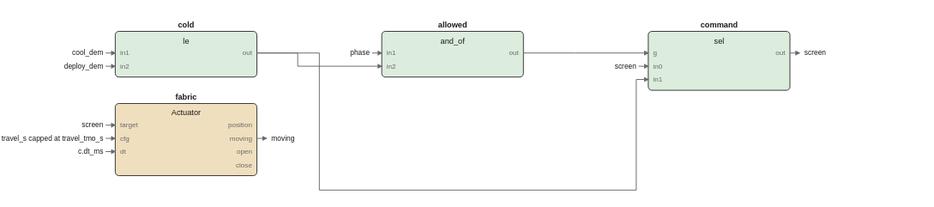
Above: images/logic/screen_fbd.drawio.svg in pstch/botanik2 (draw.io), before the change. Source tidied: cells renumbered, new cells last; positions are measured from the earlier drawing's top-left corner, leaving out a move shared by most shapes.
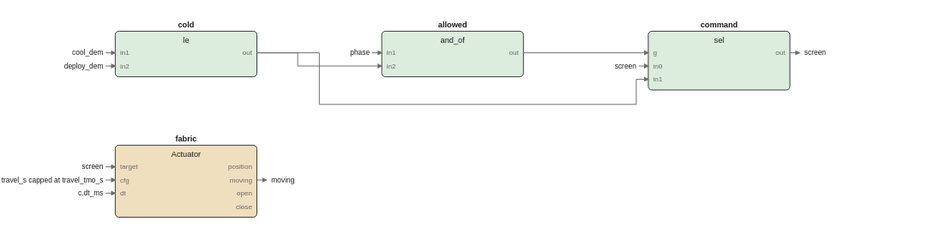
The same diagram one commit later.

Diff of the diagram source:
```diff
@@ -20,74 +20,74 @@
     <mxCell id="7" value="out" style="text;html=1;fontSize=5;fontColor=#6b6b6b;align=left;" parent="1" vertex="1">
       <mxGeometry x="124" y="24.2" width="40" height="9.8" as="geometry" />
     </mxCell>
-    <mxCell id="8" style="rounded=1;fillColor=#f0dfbe;strokeColor=#1a1a1a;whiteSpace=wrap;html=1;fontSize=8;" parent="1" vertex="1">
-      <mxGeometry x="10" y="70" width="118" height="60" as="geometry" />
+    <mxCell id="8" style="rounded=1;fillColor=#dcecdd;strokeColor=#1a1a1a;whiteSpace=wrap;html=1;fontSize=8;" parent="1" vertex="1">
+      <mxGeometry x="232" y="10" width="118" height="38" as="geometry" />
     </mxCell>
-    <mxCell id="9" value="fabric" style="text;html=1;fontSize=6;fontColor=#1a1a1a;align=center;fontStyle=1;" parent="1" vertex="1">
-      <mxGeometry x="69" y="60.4" width="40" height="10.6" as="geometry" />
+    <mxCell id="9" value="allowed" style="text;html=1;fontSize=6;fontColor=#1a1a1a;align=center;fontStyle=1;" parent="1" vertex="1">
+      <mxGeometry x="291" y="0.4" width="40" height="10.6" as="geometry" />
     </mxCell>
-    <mxCell id="10" value="Actuator" style="text;html=1;fontSize=6;fontColor=#1a1a1a;align=center;" parent="1" vertex="1">
-      <mxGeometry x="69" y="73.4" width="40" height="10.6" as="geometry" />
+    <mxCell id="10" value="and_of" style="text;html=1;fontSize=6;fontColor=#1a1a1a;align=center;" parent="1" vertex="1">
+      <mxGeometry x="291" y="13.4" width="40" height="10.6" as="geometry" />
     </mxCell>
-    <mxCell id="11" value="target" style="text;html=1;fontSize=5;fontColor=#6b6b6b;align=left;" parent="1" vertex="1">
-      <mxGeometry x="14" y="84.2" width="40" height="9.8" as="geometry" />
+    <mxCell id="11" value="in1" style="text;html=1;fontSize=5;fontColor=#6b6b6b;align=left;" parent="1" vertex="1">
+      <mxGeometry x="236" y="24.2" width="40" height="9.8" as="geometry" />
     </mxCell>
-    <mxCell id="12" value="cfg" style="text;html=1;fontSize=5;fontColor=#6b6b6b;align=left;" parent="1" vertex="1">
-      <mxGeometry x="14" y="95.2" width="40" height="9.8" as="geometry" />
+    <mxCell id="12" value="in2" style="text;html=1;fontSize=5;fontColor=#6b6b6b;align=left;" parent="1" vertex="1">
+      <mxGeometry x="236" y="35.2" width="40" height="9.8" as="geometry" />
     </mxCell>
-    <mxCell id="13" value="dt" style="text;html=1;fontSize=5;fontColor=#6b6b6b;align=left;" parent="1" vertex="1">
-      <mxGeometry x="14" y="106.2" width="40" height="9.8" as="geometry" />
+    <mxCell id="13" value="out" style="text;html=1;fontSize=5;fontColor=#6b6b6b;align=left;" parent="1" vertex="1">
+      <mxGeometry x="346" y="24.2" width="40" height="9.8" as="geometry" />
     </mxCell>
-    <mxCell id="14" value="position" style="text;html=1;fontSize=5;fontColor=#6b6b6b;align=left;" parent="1" vertex="1">
-      <mxGeometry x="124" y="84.2" width="40" height="9.8" as="geometry" />
+    <mxCell id="14" style="rounded=1;fillColor=#dcecdd;strokeColor=#1a1a1a;whiteSpace=wrap;html=1;fontSize=8;" parent="1" vertex="1">
+      <mxGeometry x="454" y="10" width="118" height="49" as="geometry" />
     </mxCell>
-    <mxCell id="15" value="moving" style="text;html=1;fontSize=5;fontColor=#6b6b6b;align=left;" parent="1" vertex="1">
-      <mxGeometry x="124" y="95.2" width="40" height="9.8" as="geometry" />
+    <mxCell id="15" value="command" style="text;html=1;fontSize=6;fontColor=#1a1a1a;align=center;fontStyle=1;" parent="1" vertex="1">
+      <mxGeometry x="513" y="0.4" width="40" height="10.6" as="geometry" />
     </mxCell>
-    <mxCell id="16" value="open" style="text;html=1;fontSize=5;fontColor=#6b6b6b;align=left;" parent="1" vertex="1">
-      <mxGeometry x="124" y="106.2" width="40" height="9.8" as="geometry" />
+    <mxCell id="16" value="sel" style="text;html=1;fontSize=6;fontColor=#1a1a1a;align=center;" parent="1" vertex="1">
+      <mxGeometry x="513" y="13.4" width="40" height="10.6" as="geometry" />
     </mxCell>
-    <mxCell id="17" value="close" style="text;html=1;fontSize=5;fontColor=#6b6b6b;align=left;" parent="1" vertex="1">
-      <mxGeometry x="124" y="117.2" width="40" height="9.8" as="geometry" />
+    <mxCell id="17" value="g" style="text;html=1;fontSize=5;fontColor=#6b6b6b;align=left;" parent="1" vertex="1">
+      <mxGeometry x="458" y="24.2" width="40" height="9.8" as="geometry" />
     </mxCell>
-    <mxCell id="18" style="rounded=1;fillColor=#dcecdd;strokeColor=#1a1a1a;whiteSpace=wrap;html=1;fontSize=8;" parent="1" vertex="1">
-      <mxGeometry x="232" y="10" width="118" height="38" as="geometry" />
+    <mxCell id="18" value="in0" style="text;html=1;fontSize=5;fontColor=#6b6b6b;align=left;" parent="1" vertex="1">
+      <mxGeometry x="458" y="35.2" width="40" height="9.8" as="geometry" />
     </mxCell>
-    <mxCell id="19" value="allowed" style="text;html=1;fontSize=6;fontColor=#1a1a1a;align=center;fontStyle=1;" parent="1" vertex="1">
-      <mxGeometry x="291" y="0.4" width="40" height="10.6" as="geometry" />
+    <mxCell id="19" value="in1" style="text;html=1;fontSize=5;fontColor=#6b6b6b;align=left;" parent="1" vertex="1">
+      <mxGeometry x="458" y="46.2" width="40" height="9.8" as="geometry" />
     </mxCell>
-    <mxCell id="20" value="and_of" style="text;html=1;fontSize=6;fontColor=#1a1a1a;align=center;" parent="1" vertex="1">
-      <mxGeometry x="291" y="13.4" width="40" height="10.6" as="geometry" />
+    <mxCell id="20" value="out" style="text;html=1;fontSize=5;fontColor=#6b6b6b;align=left;" parent="1" vertex="1">
+      <mxGeometry x="568" y="24.2" width="40" height="9.8" as="geometry" />
     </mxCell>
-    <mxCell id="21" value="in1" style="text;html=1;fontSize=5;fontColor=#6b6b6b;align=left;" parent="1" vertex="1">
-      <mxGeometry x="236" y="24.2" width="40" height="9.8" as="geometry" />
+    <mxCell id="21" style="rounded=1;fillColor=#f0dfbe;strokeColor=#1a1a1a;whiteSpace=wrap;html=1;fontSize=8;" parent="1" vertex="1">
+      <mxGeometry x="10" y="105" width="118" height="60" as="geometry" />
     </mxCell>
-    <mxCell id="22" value="in2" style="text;html=1;fontSize=5;fontColor=#6b6b6b;align=left;" parent="1" vertex="1">
-      <mxGeometry x="236" y="35.2" width="40" height="9.8" as="geometry" />
+    <mxCell id="22" value="fabric" style="text;html=1;fontSize=6;fontColor=#1a1a1a;align=center;fontStyle=1;" parent="1" vertex="1">
+      <mxGeometry x="69" y="95.4" width="40" height="10.6" as="geometry" />
     </mxCell>
-    <mxCell id="23" value="out" style="text;html=1;fontSize=5;fontColor=#6b6b6b;align=left;" parent="1" vertex="1">
-      <mxGeometry x="346" y="24.2" width="40" height="9.8" as="geometry" />
+    <mxCell id="23" value="Actuator" style="text;html=1;fontSize=6;fontColor=#1a1a1a;align=center;" parent="1" vertex="1">
+      <mxGeometry x="69" y="108.4" width="40" height="10.6" as="geometry" />
     </mxCell>
-    <mxCell id="24" style="rounded=1;fillColor=#dcecdd;strokeColor=#1a1a1a;whiteSpace=wrap;html=1;fontSize=8;" parent="1" vertex="1">
-      <mxGeometry x="454" y="10" width="118" height="49" as="geometry" />
+    <mxCell id="24" value="target" style="text;html=1;fontSize=5;fontColor=#6b6b6b;align=left;" parent="1" vertex="1">
+      <mxGeometry x="14" y="119.2" width="40" height="9.8" as="geometry" />
     </mxCell>
-    <mxCell id="25" value="command" style="text;html=1;fontSize=6;fontColor=#1a1a1a;align=center;fontStyle=1;" parent="1" vertex="1">
-      <mxGeometry x="513" y="0.4" width="40" height="10.6" as="geometry" />
+    <mxCell id="25" value="cfg" style="text;html=1;fontSize=5;fontColor=#6b6b6b;align=left;" parent="1" vertex="1">
+      <mxGeometry x="14" y="130.2" width="40" height="9.8" as="geometry" />
     </mxCell>
-    <mxCell id="26" value="sel" style="text;html=1;fontSize=6;fontColor=#1a1a1a;align=center;" parent="1" vertex="1">
-      <mxGeometry x="513" y="13.4" width="40" height="10.6" as="geometry" />
+    <mxCell id="26" value="dt" style="text;html=1;fontSize=5;fontColor=#6b6b6b;align=left;" parent="1" vertex="1">
+      <mxGeometry x="14" y="141.2" width="40" height="9.8" as="geometry" />
     </mxCell>
-    <mxCell id="27" value="g" style="text;html=1;fontSize=5;fontColor=#6b6b6b;align=left;" parent="1" vertex="1">
-      <mxGeometry x="458" y="24.2" width="40" height="9.8" as="geometry" />
+    <mxCell id="27" value="position" style="text;html=1;fontSize=5;fontColor=#6b6b6b;align=left;" parent="1" vertex="1">
+      <mxGeometry x="124" y="119.2" width="40" height="9.8" as="geometry" />
     </mxCell>
-    <mxCell id="28" value="in0" style="text;html=1;fontSize=5;fontColor=#6b6b6b;align=left;" parent="1" vertex="1">
-      <mxGeometry x="458" y="35.2" width="40" height="9.8" as="geometry" />
+    <mxCell id="28" value="moving" style="text;html=1;fontSize=5;fontColor=#6b6b6b;align=left;" parent="1" vertex="1">
+      <mxGeometry x="124" y="130.2" width="40" height="9.8" as="geometry" />
     </mxCell>
-    <mxCell id="29" value="in1" style="text;html=1;fontSize=5;fontColor=#6b6b6b;align=left;" parent="1" vertex="1">
-      <mxGeometry x="458" y="46.2" width="40" height="9.8" as="geometry" />
+    <mxCell id="29" value="open" style="text;html=1;fontSize=5;fontColor=#6b6b6b;align=left;" parent="1" vertex="1">
+      <mxGeometry x="124" y="141.2" width="40" height="9.8" as="geometry" />
     </mxCell>
-    <mxCell id="30" value="out" style="text;html=1;fontSize=5;fontColor=#6b6b6b;align=left;" parent="1" vertex="1">
-      <mxGeometry x="568" y="24.2" width="40" height="9.8" as="geometry" />
+    <mxCell id="30" value="close" style="text;html=1;fontSize=5;fontColor=#6b6b6b;align=left;" parent="1" vertex="1">
+      <mxGeometry x="124" y="152.2" width="40" height="9.8" as="geometry" />
     </mxCell>
     <mxCell id="31" style="edgeStyle=none;html=1;strokeColor=#6b6b6b;endArrow=block;" parent="1" edge="1">
       <mxGeometry relative="1" as="geometry">
@@ -103,10 +103,6 @@
       <mxGeometry relative="1" as="geometry">
         <mxPoint x="350" y="28" as="sourcePoint" />
         <mxPoint x="454" y="28" as="targetPoint" />
-        <Array as="points">
-          <mxPoint x="393" y="28" />
-          <mxPoint x="393" y="28" />
-        </Array>
       </mxGeometry>
     </mxCell>
     <mxCell id="33" style="edgeStyle=none;html=1;strokeColor=#6b6b6b;endArrow=block;" parent="1" edge="1">
@@ -115,8 +111,8 @@
         <mxPoint x="454" y="50" as="targetPoint" />
         <Array as="points">
           <mxPoint x="180" y="28" />
-          <mxPoint x="180" y="142" />
-          <mxPoint x="444" y="142" />
+          <mxPoint x="180" y="71" />
+          <mxPoint x="444" y="71" />
           <mxPoint x="444" y="50" />
         </Array>
       </mxGeometry>
@@ -158,30 +154,30 @@
       </mxGeometry>
     </mxCell>
     <mxCell id="42" value="screen" style="text;html=1;fontSize=6;fontColor=#1a1a1a;align=left;" parent="1" vertex="1">
-      <mxGeometry y="84" width="40" height="10" as="geometry" />
+      <mxGeometry y="119" width="40" height="10" as="geometry" />
     </mxCell>
     <mxCell id="43" style="edgeStyle=none;html=1;strokeColor=#6b6b6b;endArrow=block;" parent="1" edge="1">
       <mxGeometry relative="1" as="geometry">
-        <mxPoint x="2" y="88" as="sourcePoint" />
-        <mxPoint x="10" y="88" as="targetPoint" />
+        <mxPoint x="2" y="123" as="sourcePoint" />
+        <mxPoint x="10" y="123" as="targetPoint" />
       </mxGeometry>
     </mxCell>
     <mxCell id="44" value="travel_s capped at travel_tmo_s" style="text;html=1;fontSize=6;fontColor=#1a1a1a;align=left;" parent="1" vertex="1">
-      <mxGeometry y="95" width="155" height="10" as="geometry" />
+      <mxGeometry y="130" width="155" height="10" as="geometry" />
     </mxCell>
     <mxCell id="45" style="edgeStyle=none;html=1;strokeColor=#6b6b6b;endArrow=block;" parent="1" edge="1">
       <mxGeometry relative="1" as="geometry">
-        <mxPoint x="2" y="99" as="sourcePoint" />
-        <mxPoint x="10" y="99" as="targetPoint" />
+        <mxPoint x="2" y="134" as="sourcePoint" />
+        <mxPoint x="10" y="134" as="targetPoint" />
       </mxGeometry>
     </mxCell>
     <mxCell id="46" value="c.dt_ms" style="text;html=1;fontSize=6;fontColor=#1a1a1a;align=left;" parent="1" vertex="1">
-      <mxGeometry y="106" width="40" height="10" as="geometry" />
+      <mxGeometry y="141" width="40" height="10" as="geometry" />
     </mxCell>
     <mxCell id="47" style="edgeStyle=none;html=1;strokeColor=#6b6b6b;endArrow=block;" parent="1" edge="1">
       <mxGeometry relative="1" as="geometry">
-        <mxPoint x="2" y="110" as="sourcePoint" />
-        <mxPoint x="10" y="110" as="targetPoint" />
+        <mxPoint x="2" y="145" as="sourcePoint" />
+        <mxPoint x="10" y="145" as="targetPoint" />
       </mxGeometry>
     </mxCell>
     <mxCell id="48" style="edgeStyle=none;html=1;strokeColor=#6b6b6b;endArrow=block;" parent="1" edge="1">
@@ -195,12 +191,12 @@
     </mxCell>
     <mxCell id="50" style="edgeStyle=none;html=1;strokeColor=#6b6b6b;endArrow=block;" parent="1" edge="1">
       <mxGeometry relative="1" as="geometry">
-        <mxPoint x="128" y="99" as="sourcePoint" />
-        <mxPoint x="136" y="99" as="targetPoint" />
+        <mxPoint x="128" y="134" as="sourcePoint" />
+        <mxPoint x="136" y="134" as="targetPoint" />
       </mxGeometry>
     </mxCell>
     <mxCell id="51" value="moving" style="text;html=1;fontSize=6;fontColor=#1a1a1a;align=left;" parent="1" vertex="1">
-      <mxGeometry x="140" y="95" width="40" height="10" as="geometry" />
+      <mxGeometry x="140" y="130" width="40" height="10" as="geometry" />
     </mxCell>
   </root>
 </mxGraphModel>
```
